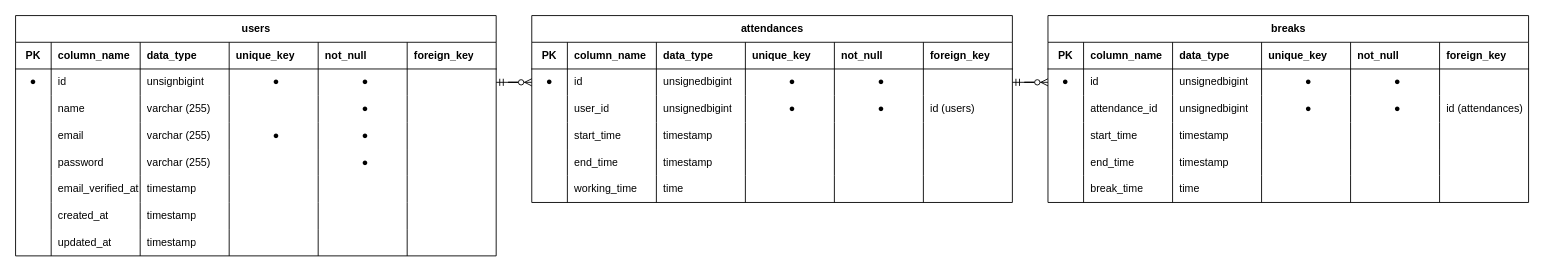
Earlier version of the draw.io diagram ER.drawio (TsuneoHakoyama/Atte). Source tidied: cells renumbered, new cells numbered last; positions are measured from the earlier drawing's top-left corner, leaving out a move shared by most shapes. Both pictures are drawn from the tidied source at 89%, with x=0, y=0 at pixel (15, 15).
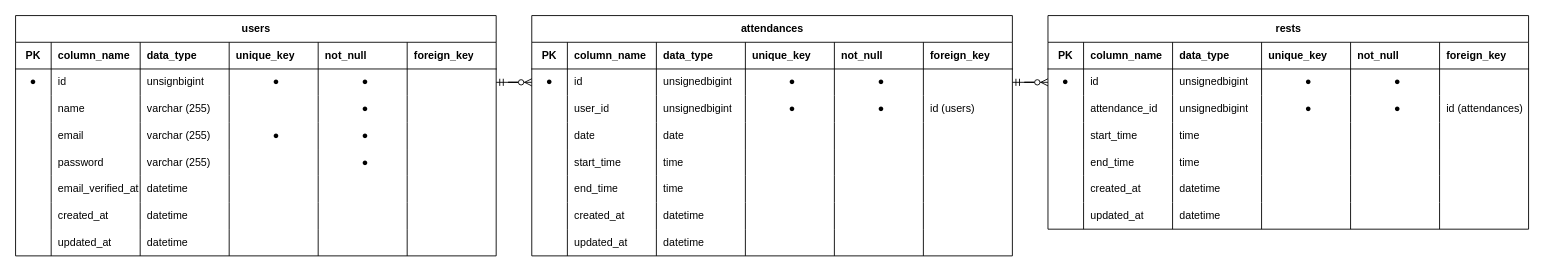
The same page after the edit.

Unchanged cells that the change refers to:
```xml
<mxCell id="38" style="shape=tableRow;horizontal=0;startSize=0;swimlaneHead=0;swimlaneBody=0;fillColor=none;top=0;left=0;right=0;bottom=0;" parent="2" vertex="1">
  <mxGeometry y="180" width="540" height="30" as="geometry" />
</mxCell>
<mxCell id="45" style="shape=tableRow;horizontal=0;startSize=0;swimlaneHead=0;swimlaneBody=0;fillColor=none;top=0;left=0;right=0;bottom=0;" parent="2" vertex="1">
  <mxGeometry y="210" width="540" height="30" as="geometry" />
</mxCell>
<mxCell id="52" style="shape=tableRow;horizontal=0;startSize=0;swimlaneHead=0;swimlaneBody=0;fillColor=none;top=0;left=0;right=0;bottom=0;" parent="2" vertex="1">
  <mxGeometry y="240" width="540" height="30" as="geometry" />
</mxCell>
<mxCell id="124" style="shape=tableRow;horizontal=0;startSize=0;swimlaneHead=0;swimlaneBody=0;fillColor=none;top=0;left=0;right=0;bottom=0;" parent="102" vertex="1">
  <mxGeometry y="120" width="540" height="30" as="geometry" />
</mxCell>
<mxCell id="131" style="shape=tableRow;horizontal=0;startSize=0;swimlaneHead=0;swimlaneBody=0;fillColor=none;top=0;left=0;right=0;bottom=0;" parent="102" vertex="1">
  <mxGeometry y="150" width="540" height="30" as="geometry" />
</mxCell>
```

Change to the diagram source:
```diff
@@
-    <mxCell id="41" value="timestamp" style="shape=partialRectangle;fillColor=none;top=0;left=0;bottom=0;right=0;align=left;spacingLeft=6;overflow=hidden;whiteSpace=wrap;html=1;" parent="38" vertex="1">
+    <mxCell id="41" value="datetime" style="shape=partialRectangle;fillColor=none;top=0;left=0;bottom=0;right=0;align=left;spacingLeft=6;overflow=hidden;whiteSpace=wrap;html=1;" parent="38" vertex="1">
       <mxGeometry x="140" width="100" height="30" as="geometry" />
     </mxCell>
@@
-    <mxCell id="48" value="&lt;span style=&quot;color: rgb(0, 0, 0);&quot;&gt;timestamp&lt;/span&gt;" style="shape=partialRectangle;fillColor=none;top=0;left=0;bottom=0;right=0;align=left;spacingLeft=6;overflow=hidden;whiteSpace=wrap;html=1;" parent="45" vertex="1">
+    <mxCell id="48" value="datetime" style="shape=partialRectangle;fillColor=none;top=0;left=0;bottom=0;right=0;align=left;spacingLeft=6;overflow=hidden;whiteSpace=wrap;html=1;" parent="45" vertex="1">
       <mxGeometry x="140" width="100" height="30" as="geometry" />
     </mxCell>
@@
-    <mxCell id="55" value="&lt;span style=&quot;color: rgb(0, 0, 0);&quot;&gt;timestamp&lt;/span&gt;" style="shape=partialRectangle;fillColor=none;top=0;left=0;bottom=0;right=0;align=left;spacingLeft=6;overflow=hidden;whiteSpace=wrap;html=1;" parent="52" vertex="1">
+    <mxCell id="55" value="datetime" style="shape=partialRectangle;fillColor=none;top=0;left=0;bottom=0;right=0;align=left;spacingLeft=6;overflow=hidden;whiteSpace=wrap;html=1;" parent="52" vertex="1">
       <mxGeometry x="140" width="100" height="30" as="geometry" />
     </mxCell>
@@
     <mxCell id="59" value="attendances" style="shape=table;startSize=30;childLayout=tableLayout;rowLines=0;fontStyle=1;align=center;html=1;" parent="1" vertex="1">
-      <mxGeometry x="580" width="540" height="210" as="geometry" />
+      <mxGeometry x="580" width="540" height="270" as="geometry" />
     </mxCell>
@@
+    <mxCell id="147" style="shape=tableRow;horizontal=0;startSize=0;swimlaneHead=0;swimlaneBody=0;fillColor=none;top=0;left=0;right=0;bottom=0;" parent="59" vertex="1">
+      <mxGeometry y="120" width="540" height="30" as="geometry" />
+    </mxCell>
+    <mxCell id="148" style="shape=partialRectangle;fillColor=none;top=0;left=0;bottom=0;right=0;overflow=hidden;whiteSpace=wrap;html=1;" parent="147" vertex="1">
+      <mxGeometry width="40" height="30" as="geometry" />
+    </mxCell>
+    <mxCell id="149" value="date" style="shape=partialRectangle;fillColor=none;top=0;left=0;bottom=0;right=0;align=left;spacingLeft=6;overflow=hidden;whiteSpace=wrap;html=1;" parent="147" vertex="1">
+      <mxGeometry x="40" width="100" height="30" as="geometry" />
+    </mxCell>
+    <mxCell id="150" value="date" style="shape=partialRectangle;fillColor=none;top=0;left=0;bottom=0;right=0;align=left;spacingLeft=6;overflow=hidden;whiteSpace=wrap;html=1;" parent="147" vertex="1">
+      <mxGeometry x="140" width="100" height="30" as="geometry" />
+    </mxCell>
+    <mxCell id="151" style="shape=partialRectangle;fillColor=none;top=0;left=0;bottom=0;right=0;align=left;spacingLeft=6;overflow=hidden;whiteSpace=wrap;html=1;" parent="147" vertex="1">
+      <mxGeometry x="240" width="100" height="30" as="geometry" />
+    </mxCell>
+    <mxCell id="152" style="shape=partialRectangle;fillColor=none;top=0;left=0;bottom=0;right=0;align=center;spacingLeft=6;overflow=hidden;whiteSpace=wrap;html=1;" parent="147" vertex="1">
+      <mxGeometry x="340" width="100" height="30" as="geometry" />
+    </mxCell>
+    <mxCell id="153" style="shape=partialRectangle;fillColor=none;top=0;left=0;bottom=0;right=0;align=left;spacingLeft=6;overflow=hidden;whiteSpace=wrap;html=1;" parent="147" vertex="1">
+      <mxGeometry x="440" width="100" height="30" as="geometry" />
+    </mxCell>
     <mxCell id="81" style="shape=tableRow;horizontal=0;startSize=0;swimlaneHead=0;swimlaneBody=0;fillColor=none;top=0;left=0;right=0;bottom=0;" parent="59" vertex="1">
-      <mxGeometry y="120" width="540" height="30" as="geometry" />
+      <mxGeometry y="150" width="540" height="30" as="geometry" />
     </mxCell>
@@
-    <mxCell id="84" value="timestamp" style="shape=partialRectangle;fillColor=none;top=0;left=0;bottom=0;right=0;align=left;spacingLeft=6;overflow=hidden;whiteSpace=wrap;html=1;" parent="81" vertex="1">
+    <mxCell id="84" value="time" style="shape=partialRectangle;fillColor=none;top=0;left=0;bottom=0;right=0;align=left;spacingLeft=6;overflow=hidden;whiteSpace=wrap;html=1;" parent="81" vertex="1">
       <mxGeometry x="140" width="100" height="30" as="geometry" />
     </mxCell>
@@
     <mxCell id="88" style="shape=tableRow;horizontal=0;startSize=0;swimlaneHead=0;swimlaneBody=0;fillColor=none;top=0;left=0;right=0;bottom=0;" parent="59" vertex="1">
-      <mxGeometry y="150" width="540" height="30" as="geometry" />
+      <mxGeometry y="180" width="540" height="30" as="geometry" />
     </mxCell>
@@
-    <mxCell id="91" value="timestamp" style="shape=partialRectangle;fillColor=none;top=0;left=0;bottom=0;right=0;align=left;spacingLeft=6;overflow=hidden;whiteSpace=wrap;html=1;" parent="88" vertex="1">
+    <mxCell id="91" value="time" style="shape=partialRectangle;fillColor=none;top=0;left=0;bottom=0;right=0;align=left;spacingLeft=6;overflow=hidden;whiteSpace=wrap;html=1;" parent="88" vertex="1">
       <mxGeometry x="140" width="100" height="30" as="geometry" />
     </mxCell>
@@
-    <mxCell id="95" style="shape=tableRow;horizontal=0;startSize=0;swimlaneHead=0;swimlaneBody=0;fillColor=none;top=0;left=0;right=0;bottom=0;" parent="59" vertex="1">
-      <mxGeometry y="180" width="540" height="30" as="geometry" />
-    </mxCell>
-    <mxCell id="96" style="shape=partialRectangle;fillColor=none;top=0;left=0;bottom=0;right=0;overflow=hidden;whiteSpace=wrap;html=1;" parent="95" vertex="1">
-      <mxGeometry width="40" height="30" as="geometry" />
-    </mxCell>
-    <mxCell id="97" value="working_time" style="shape=partialRectangle;fillColor=none;top=0;left=0;bottom=0;right=0;align=left;spacingLeft=6;overflow=hidden;whiteSpace=wrap;html=1;" parent="95" vertex="1">
-      <mxGeometry x="40" width="100" height="30" as="geometry" />
-    </mxCell>
-    <mxCell id="98" value="time" style="shape=partialRectangle;fillColor=none;top=0;left=0;bottom=0;right=0;align=left;spacingLeft=6;overflow=hidden;whiteSpace=wrap;html=1;" parent="95" vertex="1">
-      <mxGeometry x="140" width="100" height="30" as="geometry" />
-    </mxCell>
-    <mxCell id="99" style="shape=partialRectangle;fillColor=none;top=0;left=0;bottom=0;right=0;align=left;spacingLeft=6;overflow=hidden;whiteSpace=wrap;html=1;" parent="95" vertex="1">
-      <mxGeometry x="240" width="100" height="30" as="geometry" />
-    </mxCell>
-    <mxCell id="100" style="shape=partialRectangle;fillColor=none;top=0;left=0;bottom=0;right=0;align=center;spacingLeft=6;overflow=hidden;whiteSpace=wrap;html=1;" parent="95" vertex="1">
-      <mxGeometry x="340" width="100" height="30" as="geometry" />
-    </mxCell>
-    <mxCell id="101" style="shape=partialRectangle;fillColor=none;top=0;left=0;bottom=0;right=0;align=left;spacingLeft=6;overflow=hidden;whiteSpace=wrap;html=1;" parent="95" vertex="1">
-      <mxGeometry x="440" width="100" height="30" as="geometry" />
-    </mxCell>
+    <mxCell id="154" style="shape=tableRow;horizontal=0;startSize=0;swimlaneHead=0;swimlaneBody=0;fillColor=none;top=0;left=0;right=0;bottom=0;" parent="59" vertex="1">
+      <mxGeometry y="210" width="540" height="30" as="geometry" />
+    </mxCell>
+    <mxCell id="155" style="shape=partialRectangle;fillColor=none;top=0;left=0;bottom=0;right=0;overflow=hidden;whiteSpace=wrap;html=1;" parent="154" vertex="1">
+      <mxGeometry width="40" height="30" as="geometry" />
+    </mxCell>
+    <mxCell id="156" value="created_at" style="shape=partialRectangle;fillColor=none;top=0;left=0;bottom=0;right=0;align=left;spacingLeft=6;overflow=hidden;whiteSpace=wrap;html=1;" parent="154" vertex="1">
+      <mxGeometry x="40" width="100" height="30" as="geometry" />
+    </mxCell>
+    <mxCell id="157" value="datetime" style="shape=partialRectangle;fillColor=none;top=0;left=0;bottom=0;right=0;align=left;spacingLeft=6;overflow=hidden;whiteSpace=wrap;html=1;" parent="154" vertex="1">
+      <mxGeometry x="140" width="100" height="30" as="geometry" />
+    </mxCell>
+    <mxCell id="158" style="shape=partialRectangle;fillColor=none;top=0;left=0;bottom=0;right=0;align=center;spacingLeft=6;overflow=hidden;whiteSpace=wrap;html=1;verticalAlign=middle;" parent="154" vertex="1">
+      <mxGeometry x="240" width="100" height="30" as="geometry" />
+    </mxCell>
+    <mxCell id="159" style="shape=partialRectangle;fillColor=none;top=0;left=0;bottom=0;right=0;align=center;spacingLeft=6;overflow=hidden;whiteSpace=wrap;html=1;" parent="154" vertex="1">
+      <mxGeometry x="340" width="100" height="30" as="geometry" />
+    </mxCell>
+    <mxCell id="160" style="shape=partialRectangle;fillColor=none;top=0;left=0;bottom=0;right=0;align=left;spacingLeft=6;overflow=hidden;whiteSpace=wrap;html=1;" parent="154" vertex="1">
+      <mxGeometry x="440" width="100" height="30" as="geometry" />
+    </mxCell>
+    <mxCell id="161" style="shape=tableRow;horizontal=0;startSize=0;swimlaneHead=0;swimlaneBody=0;fillColor=none;top=0;left=0;right=0;bottom=0;" parent="59" vertex="1">
+      <mxGeometry y="240" width="540" height="30" as="geometry" />
+    </mxCell>
+    <mxCell id="162" style="shape=partialRectangle;fillColor=none;top=0;left=0;bottom=0;right=0;overflow=hidden;whiteSpace=wrap;html=1;" parent="161" vertex="1">
+      <mxGeometry width="40" height="30" as="geometry" />
+    </mxCell>
+    <mxCell id="163" value="updated_at" style="shape=partialRectangle;fillColor=none;top=0;left=0;bottom=0;right=0;align=left;spacingLeft=6;overflow=hidden;whiteSpace=wrap;html=1;" parent="161" vertex="1">
+      <mxGeometry x="40" width="100" height="30" as="geometry" />
+    </mxCell>
+    <mxCell id="164" value="datetime" style="shape=partialRectangle;fillColor=none;top=0;left=0;bottom=0;right=0;align=left;spacingLeft=6;overflow=hidden;whiteSpace=wrap;html=1;" parent="161" vertex="1">
+      <mxGeometry x="140" width="100" height="30" as="geometry" />
+    </mxCell>
+    <mxCell id="165" style="shape=partialRectangle;fillColor=none;top=0;left=0;bottom=0;right=0;align=center;spacingLeft=6;overflow=hidden;whiteSpace=wrap;html=1;verticalAlign=middle;" parent="161" vertex="1">
+      <mxGeometry x="240" width="100" height="30" as="geometry" />
+    </mxCell>
+    <mxCell id="166" style="shape=partialRectangle;fillColor=none;top=0;left=0;bottom=0;right=0;align=center;spacingLeft=6;overflow=hidden;whiteSpace=wrap;html=1;" parent="161" vertex="1">
+      <mxGeometry x="340" width="100" height="30" as="geometry" />
+    </mxCell>
+    <mxCell id="167" style="shape=partialRectangle;fillColor=none;top=0;left=0;bottom=0;right=0;align=left;spacingLeft=6;overflow=hidden;whiteSpace=wrap;html=1;" parent="161" vertex="1">
+      <mxGeometry x="440" width="100" height="30" as="geometry" />
+    </mxCell>
-    <mxCell id="102" value="breaks" style="shape=table;startSize=30;childLayout=tableLayout;rowLines=0;fontStyle=1;align=center;html=1;" parent="1" vertex="1">
-      <mxGeometry x="1160" width="540" height="210" as="geometry" />
+    <mxCell id="102" value="rests" style="shape=table;startSize=30;childLayout=tableLayout;rowLines=0;fontStyle=1;align=center;html=1;" parent="1" vertex="1">
+      <mxGeometry x="1160" width="540" height="240" as="geometry" />
     </mxCell>
@@
-    <mxCell id="127" value="timestamp" style="shape=partialRectangle;fillColor=none;top=0;left=0;bottom=0;right=0;align=left;spacingLeft=6;overflow=hidden;whiteSpace=wrap;html=1;" parent="124" vertex="1">
+    <mxCell id="127" value="time" style="shape=partialRectangle;fillColor=none;top=0;left=0;bottom=0;right=0;align=left;spacingLeft=6;overflow=hidden;whiteSpace=wrap;html=1;" parent="124" vertex="1">
       <mxGeometry x="140" width="100" height="30" as="geometry" />
     </mxCell>
@@
-    <mxCell id="134" value="timestamp" style="shape=partialRectangle;fillColor=none;top=0;left=0;bottom=0;right=0;align=left;spacingLeft=6;overflow=hidden;whiteSpace=wrap;html=1;" parent="131" vertex="1">
+    <mxCell id="134" value="time" style="shape=partialRectangle;fillColor=none;top=0;left=0;bottom=0;right=0;align=left;spacingLeft=6;overflow=hidden;whiteSpace=wrap;html=1;" parent="131" vertex="1">
       <mxGeometry x="140" width="100" height="30" as="geometry" />
     </mxCell>
@@
-    <mxCell id="138" style="shape=tableRow;horizontal=0;startSize=0;swimlaneHead=0;swimlaneBody=0;fillColor=none;top=0;left=0;right=0;bottom=0;" parent="102" vertex="1">
-      <mxGeometry y="180" width="540" height="30" as="geometry" />
-    </mxCell>
-    <mxCell id="139" style="shape=partialRectangle;fillColor=none;top=0;left=0;bottom=0;right=0;overflow=hidden;whiteSpace=wrap;html=1;" parent="138" vertex="1">
-      <mxGeometry width="40" height="30" as="geometry" />
-    </mxCell>
-    <mxCell id="140" value="break_time" style="shape=partialRectangle;fillColor=none;top=0;left=0;bottom=0;right=0;align=left;spacingLeft=6;overflow=hidden;whiteSpace=wrap;html=1;" parent="138" vertex="1">
-      <mxGeometry x="40" width="100" height="30" as="geometry" />
-    </mxCell>
-    <mxCell id="141" value="time" style="shape=partialRectangle;fillColor=none;top=0;left=0;bottom=0;right=0;align=left;spacingLeft=6;overflow=hidden;whiteSpace=wrap;html=1;" parent="138" vertex="1">
-      <mxGeometry x="140" width="100" height="30" as="geometry" />
-    </mxCell>
-    <mxCell id="142" style="shape=partialRectangle;fillColor=none;top=0;left=0;bottom=0;right=0;align=left;spacingLeft=6;overflow=hidden;whiteSpace=wrap;html=1;" parent="138" vertex="1">
-      <mxGeometry x="240" width="100" height="30" as="geometry" />
-    </mxCell>
-    <mxCell id="143" style="shape=partialRectangle;fillColor=none;top=0;left=0;bottom=0;right=0;align=center;spacingLeft=6;overflow=hidden;whiteSpace=wrap;html=1;" parent="138" vertex="1">
-      <mxGeometry x="340" width="100" height="30" as="geometry" />
-    </mxCell>
-    <mxCell id="144" style="shape=partialRectangle;fillColor=none;top=0;left=0;bottom=0;right=0;align=left;spacingLeft=6;overflow=hidden;whiteSpace=wrap;html=1;" parent="138" vertex="1">
-      <mxGeometry x="440" width="100" height="30" as="geometry" />
-    </mxCell>
+    <mxCell id="168" style="shape=tableRow;horizontal=0;startSize=0;swimlaneHead=0;swimlaneBody=0;fillColor=none;top=0;left=0;right=0;bottom=0;" parent="102" vertex="1">
+      <mxGeometry y="180" width="540" height="30" as="geometry" />
+    </mxCell>
+    <mxCell id="169" style="shape=partialRectangle;fillColor=none;top=0;left=0;bottom=0;right=0;overflow=hidden;whiteSpace=wrap;html=1;" parent="168" vertex="1">
+      <mxGeometry width="40" height="30" as="geometry" />
+    </mxCell>
+    <mxCell id="170" value="created_at" style="shape=partialRectangle;fillColor=none;top=0;left=0;bottom=0;right=0;align=left;spacingLeft=6;overflow=hidden;whiteSpace=wrap;html=1;" parent="168" vertex="1">
+      <mxGeometry x="40" width="100" height="30" as="geometry" />
+    </mxCell>
+    <mxCell id="171" value="datetime" style="shape=partialRectangle;fillColor=none;top=0;left=0;bottom=0;right=0;align=left;spacingLeft=6;overflow=hidden;whiteSpace=wrap;html=1;" parent="168" vertex="1">
+      <mxGeometry x="140" width="100" height="30" as="geometry" />
+    </mxCell>
+    <mxCell id="172" style="shape=partialRectangle;fillColor=none;top=0;left=0;bottom=0;right=0;align=center;spacingLeft=6;overflow=hidden;whiteSpace=wrap;html=1;verticalAlign=middle;" parent="168" vertex="1">
+      <mxGeometry x="240" width="100" height="30" as="geometry" />
+    </mxCell>
+    <mxCell id="173" style="shape=partialRectangle;fillColor=none;top=0;left=0;bottom=0;right=0;align=center;spacingLeft=6;overflow=hidden;whiteSpace=wrap;html=1;" parent="168" vertex="1">
+      <mxGeometry x="340" width="100" height="30" as="geometry" />
+    </mxCell>
+    <mxCell id="174" style="shape=partialRectangle;fillColor=none;top=0;left=0;bottom=0;right=0;align=left;spacingLeft=6;overflow=hidden;whiteSpace=wrap;html=1;" parent="168" vertex="1">
+      <mxGeometry x="440" width="100" height="30" as="geometry" />
+    </mxCell>
+    <mxCell id="175" style="shape=tableRow;horizontal=0;startSize=0;swimlaneHead=0;swimlaneBody=0;fillColor=none;top=0;left=0;right=0;bottom=0;" parent="102" vertex="1">
+      <mxGeometry y="210" width="540" height="30" as="geometry" />
+    </mxCell>
+    <mxCell id="176" style="shape=partialRectangle;fillColor=none;top=0;left=0;bottom=0;right=0;overflow=hidden;whiteSpace=wrap;html=1;" parent="175" vertex="1">
+      <mxGeometry width="40" height="30" as="geometry" />
+    </mxCell>
+    <mxCell id="177" value="updated_at" style="shape=partialRectangle;fillColor=none;top=0;left=0;bottom=0;right=0;align=left;spacingLeft=6;overflow=hidden;whiteSpace=wrap;html=1;" parent="175" vertex="1">
+      <mxGeometry x="40" width="100" height="30" as="geometry" />
+    </mxCell>
+    <mxCell id="178" value="datetime" style="shape=partialRectangle;fillColor=none;top=0;left=0;bottom=0;right=0;align=left;spacingLeft=6;overflow=hidden;whiteSpace=wrap;html=1;" parent="175" vertex="1">
+      <mxGeometry x="140" width="100" height="30" as="geometry" />
+    </mxCell>
+    <mxCell id="179" style="shape=partialRectangle;fillColor=none;top=0;left=0;bottom=0;right=0;align=center;spacingLeft=6;overflow=hidden;whiteSpace=wrap;html=1;verticalAlign=middle;" parent="175" vertex="1">
+      <mxGeometry x="240" width="100" height="30" as="geometry" />
+    </mxCell>
+    <mxCell id="180" style="shape=partialRectangle;fillColor=none;top=0;left=0;bottom=0;right=0;align=center;spacingLeft=6;overflow=hidden;whiteSpace=wrap;html=1;" parent="175" vertex="1">
+      <mxGeometry x="340" width="100" height="30" as="geometry" />
+    </mxCell>
+    <mxCell id="181" style="shape=partialRectangle;fillColor=none;top=0;left=0;bottom=0;right=0;align=left;spacingLeft=6;overflow=hidden;whiteSpace=wrap;html=1;" parent="175" vertex="1">
+      <mxGeometry x="440" width="100" height="30" as="geometry" />
+    </mxCell>
```
